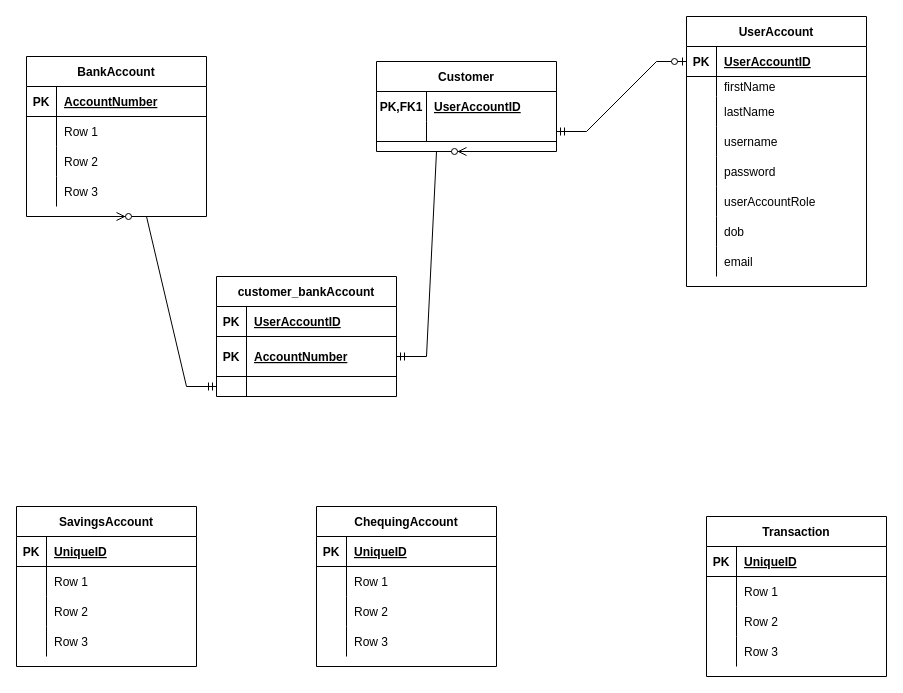
Above: db.drawio in omalk98/fullstack-spring-react-bank (draw.io), before the change. Source tidied: cells renumbered, new cells numbered last; positions are measured from the earlier drawing's top-left corner, leaving out a move shared by most shapes. Both pictures are drawn from the tidied source at 100%, with x=0, y=0 at pixel (16, 16).
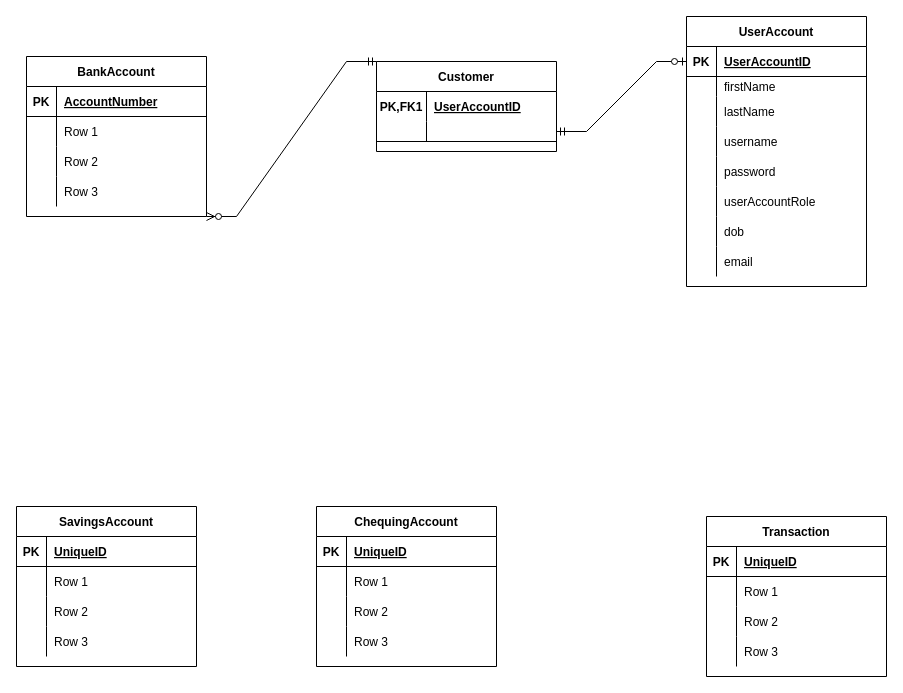
The same diagram, later.

Unchanged cells that the change refers to:
```xml
<mxCell id="2" value="BankAccount" style="shape=table;startSize=30;childLayout=tableLayout;rowLines=0;fontStyle=1;align=center;" parent="1" vertex="1">
  <mxGeometry x="10" y="40" width="180" height="160" as="geometry" />
</mxCell>
<mxCell id="54" value="Customer" style="shape=table;startSize=30;childLayout=tableLayout;rowLines=0;fontStyle=1;align=center;" parent="1" vertex="1">
  <mxGeometry x="360" y="45" width="180" height="90" as="geometry" />
</mxCell>
```

Diff of the diagram source:
```diff
@@
-    <mxCell id="87" value="customer_bankAccount" style="shape=table;startSize=30;childLayout=tableLayout;rowLines=0;fontStyle=1;align=center;" parent="1" vertex="1">
-      <mxGeometry x="200" y="260" width="180" height="120" as="geometry" />
-    </mxCell>
-    <mxCell id="88" style="shape=tableRow;horizontal=0;startSize=0;swimlaneHead=0;swimlaneBody=0;fillColor=none;top=0;left=0;right=0;bottom=1;" parent="87" vertex="1">
-      <mxGeometry y="30" width="180" height="30" as="geometry" />
-    </mxCell>
-    <mxCell id="89" value="PK" style="shape=partialRectangle;fillColor=none;top=0;left=0;bottom=0;right=0;fontStyle=1;overflow=hidden;" parent="88" vertex="1">
-      <mxGeometry width="30" height="30" as="geometry" />
-    </mxCell>
-    <mxCell id="90" value="UserAccountID" style="shape=partialRectangle;fillColor=none;top=0;left=0;bottom=0;right=0;align=left;spacingLeft=6;fontStyle=5;overflow=hidden;" parent="88" vertex="1">
-      <mxGeometry x="30" width="150" height="30" as="geometry" />
-    </mxCell>
-    <mxCell id="91" style="shape=tableRow;horizontal=0;startSize=0;swimlaneHead=0;swimlaneBody=0;fillColor=none;points=[[0,0.5],[1,0.5]];portConstraint=eastwest;top=0;left=0;right=0;bottom=1;" parent="87" vertex="1">
-      <mxGeometry y="60" width="180" height="40" as="geometry" />
-    </mxCell>
-    <mxCell id="92" value="PK" style="shape=partialRectangle;fillColor=none;top=0;left=0;bottom=0;right=0;fontStyle=1;overflow=hidden;" parent="91" vertex="1">
-      <mxGeometry width="30" height="40" as="geometry" />
-    </mxCell>
-    <mxCell id="93" value="AccountNumber" style="shape=partialRectangle;fillColor=none;top=0;left=0;bottom=0;right=0;align=left;spacingLeft=6;fontStyle=5;overflow=hidden;" parent="91" vertex="1">
-      <mxGeometry x="30" width="150" height="40" as="geometry" />
-    </mxCell>
-    <mxCell id="94" style="shape=tableRow;horizontal=0;startSize=0;swimlaneHead=0;swimlaneBody=0;fillColor=none;points=[[0,0.5],[1,0.5]];portConstraint=eastwest;top=0;left=0;right=0;bottom=0;" parent="87" vertex="1">
-      <mxGeometry y="100" width="180" height="20" as="geometry" />
-    </mxCell>
-    <mxCell id="95" style="shape=partialRectangle;fillColor=none;top=0;left=0;bottom=0;right=0;overflow=hidden;" parent="94" vertex="1">
-      <mxGeometry width="30" height="20" as="geometry" />
-    </mxCell>
-    <mxCell id="96" style="shape=partialRectangle;fillColor=none;top=0;left=0;bottom=0;right=0;align=left;spacingLeft=6;overflow=hidden;" parent="94" vertex="1">
-      <mxGeometry x="30" width="150" height="20" as="geometry" />
-    </mxCell>
-    <mxCell id="97" style="edgeStyle=entityRelationEdgeStyle;fontSize=12;html=1;endArrow=ERmandOne;startArrow=ERzeroToMany;rounded=0;exitX=0.5;exitY=1;exitDx=0;exitDy=0;entryX=0;entryY=0.5;entryDx=0;entryDy=0;endFill=0;" parent="1" edge="1" source="2" target="94">
-      <mxGeometry relative="1" as="geometry" />
-    </mxCell>
-    <mxCell id="98" style="edgeStyle=entityRelationEdgeStyle;fontSize=12;html=1;endArrow=ERmandOne;startArrow=ERzeroToMany;rounded=0;entryX=1;entryY=0.5;entryDx=0;entryDy=0;endFill=0;exitX=0.5;exitY=1;exitDx=0;exitDy=0;" parent="1" edge="1" source="54" target="91">
-      <mxGeometry relative="1" as="geometry" />
-    </mxCell>
+    <mxCell id="99" style="edgeStyle=entityRelationEdgeStyle;fontSize=12;html=1;endArrow=ERmandOne;startArrow=ERzeroToMany;rounded=0;entryX=0;entryY=0;entryDx=0;entryDy=0;exitX=1;exitY=1;exitDx=0;exitDy=0;endFill=0;" parent="1" edge="1" source="2" target="54">
+      <mxGeometry relative="1" as="geometry" />
+    </mxCell>
```
